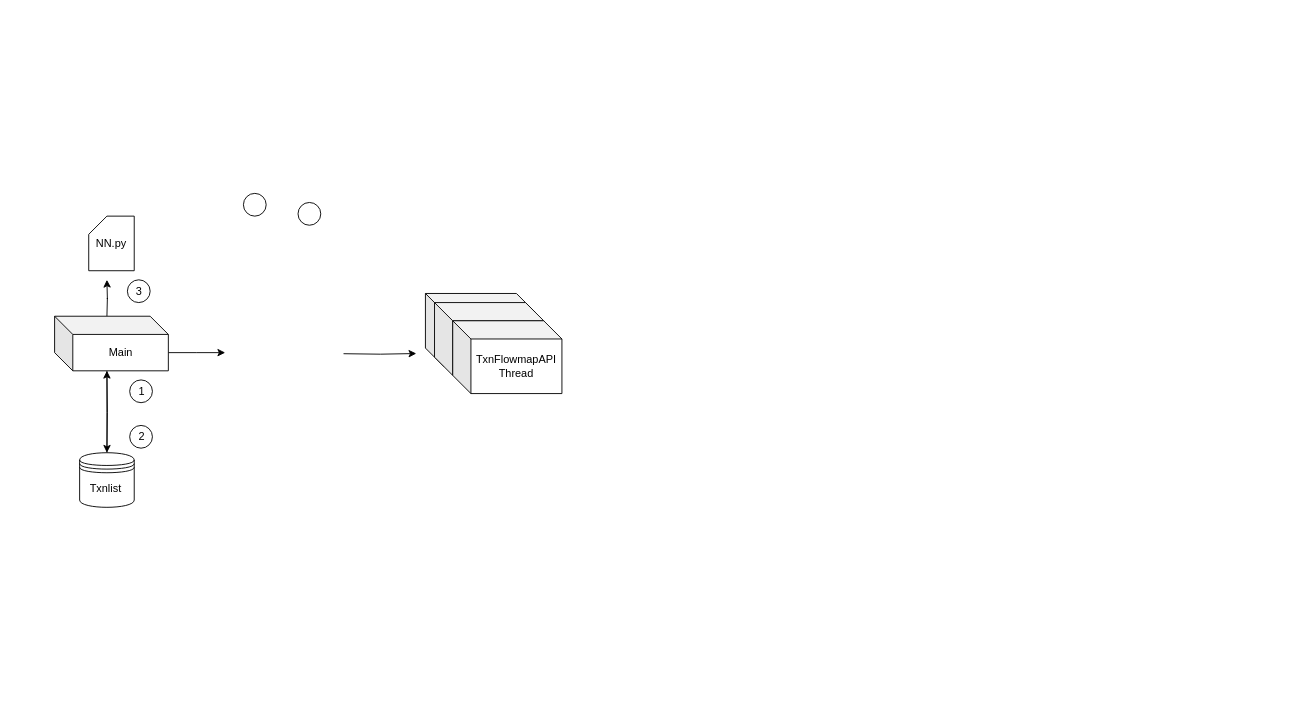
Earlier version of the draw.io diagram DataCollector.drawio (shashwat1995/UserBehaviour). Source tidied: cells renumbered, new cells numbered last; positions are measured from the earlier drawing's top-left corner, leaving out a move shared by most shapes. Both pictures are drawn from the tidied source at 91%, with x=0, y=0 at pixel (54, 193). Pictures stored in the file or linked from it are replaced by grey dashed boxes.
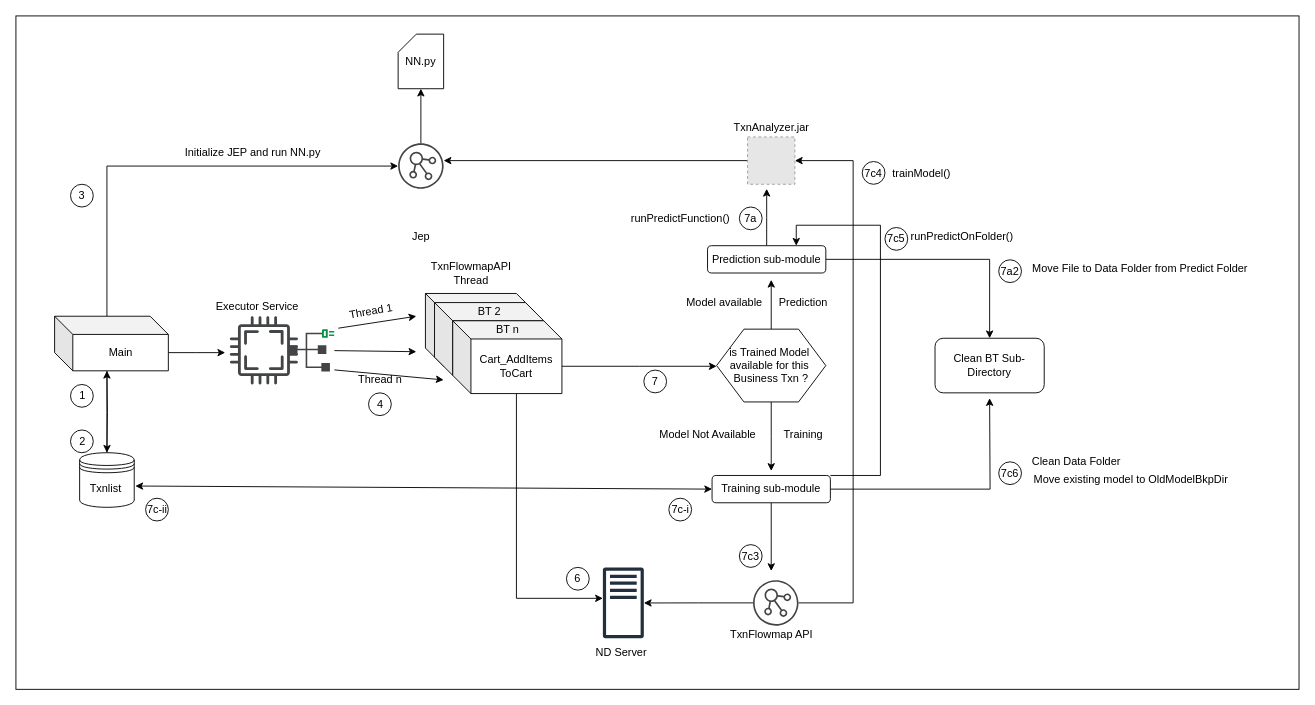
Above is the later version.

The change refers to these unchanged cells:
```xml
<mxCell id="6" value="Txnlist&amp;nbsp;" style="text;html=1;align=center;verticalAlign=middle;points=[];" parent="1" vertex="1">
  <mxGeometry x="33" y="315" width="50" height="20" as="geometry" />
</mxCell>
```

Diff of the diagram source:
```diff
@@
+    <mxCell id="21" style="rounded=0;whiteSpace=wrap;html=1;" parent="1" vertex="1">
+      <mxGeometry x="-42" y="-195" width="1410" height="740" as="geometry" />
+    </mxCell>
@@
-    <mxCell id="3" style="edgeStyle=orthogonalEdgeStyle;rounded=0;orthogonalLoop=1;jettySize=auto;html=1;exitX=0.5;exitY=0;exitDx=0;exitDy=0;" parent="1" edge="1">
+    <mxCell id="3" style="edgeStyle=orthogonalEdgeStyle;rounded=0;jettySize=auto;html=1;exitX=0.5;exitY=0;exitDx=0;exitDy=0;" parent="1" edge="1" target="25">
       <mxGeometry relative="1" as="geometry">
         <mxPoint x="58" y="135" as="sourcePoint" />
-        <mxPoint x="58" y="95" as="targetPoint" />
+        <Array as="points">
+          <mxPoint x="58" y="-30" />
+        </Array>
       </mxGeometry>
     </mxCell>
@@
     <mxCell id="7" style="ellipse;whiteSpace=wrap;html=1;" parent="1" vertex="1">
-      <mxGeometry x="83" y="255" width="25" height="25" as="geometry" />
+      <mxGeometry x="18" y="260" width="25" height="25" as="geometry" />
     </mxCell>
     <mxCell id="8" style="ellipse;whiteSpace=wrap;html=1;" parent="1" vertex="1">
-      <mxGeometry x="83" y="205" width="25" height="25" as="geometry" />
+      <mxGeometry x="18" y="210" width="25" height="25" as="geometry" />
     </mxCell>
     <mxCell id="9" value="1" style="text;html=1;align=center;verticalAlign=middle;" parent="1" vertex="1">
-      <mxGeometry x="85.5" y="207.5" width="20" height="20" as="geometry" />
+      <mxGeometry x="20.5" y="212.5" width="20" height="20" as="geometry" />
     </mxCell>
     <mxCell id="10" value="2" style="text;html=1;align=center;verticalAlign=middle;" parent="1" vertex="1">
-      <mxGeometry x="85.5" y="257.5" width="20" height="20" as="geometry" />
+      <mxGeometry x="20.5" y="262.5" width="20" height="20" as="geometry" />
     </mxCell>
     <mxCell id="11" value="NN.py" style="shape=card;whiteSpace=wrap;html=1;size=20;" parent="1" vertex="1">
-      <mxGeometry x="38" y="25" width="50" height="60" as="geometry" />
+      <mxGeometry x="378" y="-175" width="50" height="60" as="geometry" />
     </mxCell>
-    <mxCell id="12" style="edgeStyle=orthogonalEdgeStyle;rounded=0;orthogonalLoop=1;jettySize=auto;html=1;exitX=0;exitY=0;exitDx=130;exitDy=38.75;exitPerimeter=0;" parent="1" edge="1">
-      <mxGeometry relative="1" as="geometry">
-        <mxPoint x="318" y="176.2" as="sourcePoint" />
-        <mxPoint x="398" y="176" as="targetPoint" />
-      </mxGeometry>
-    </mxCell>
@@
-    <mxCell id="15" style="ellipse;whiteSpace=wrap;html=1;" parent="1" vertex="1">
-      <mxGeometry x="208" width="25" height="25" as="geometry" />
-    </mxCell>
     <mxCell id="16" value="3" style="ellipse;whiteSpace=wrap;html=1;" parent="1" vertex="1">
-      <mxGeometry x="80.5" y="95" width="25" height="25" as="geometry" />
+      <mxGeometry x="18" y="-10" width="25" height="25" as="geometry" />
     </mxCell>
-    <mxCell id="17" style="ellipse;whiteSpace=wrap;html=1;" parent="1" vertex="1">
-      <mxGeometry x="268" y="10" width="25" height="25" as="geometry" />
+    <mxCell id="17" value="7a" style="ellipse;whiteSpace=wrap;html=1;" parent="1" vertex="1">
+      <mxGeometry x="753" y="15" width="25" height="25" as="geometry" />
     </mxCell>
@@
+    <mxCell id="22" style="edgeStyle=orthogonalEdgeStyle;rounded=0;jettySize=auto;html=1;exitX=0;exitY=0;exitDx=120;exitDy=50;exitPerimeter=0;" parent="1" edge="1" source="20">
+      <mxGeometry relative="1" as="geometry">
+        <mxPoint x="728" y="190" as="targetPoint" />
+      </mxGeometry>
+    </mxCell>
+    <mxCell id="23" style="edgeStyle=orthogonalEdgeStyle;rounded=0;jettySize=auto;html=1;exitX=0;exitY=0;exitDx=70;exitDy=80;exitPerimeter=0;" parent="1" edge="1" source="20" target="68">
+      <mxGeometry relative="1" as="geometry">
+        <Array as="points">
+          <mxPoint x="508" y="445" />
+        </Array>
+      </mxGeometry>
+    </mxCell>
-    <mxCell id="20" value="TxnFlowmapAPI&lt;br&gt;Thread" style="shape=cube;whiteSpace=wrap;html=1;boundedLbl=1;backgroundOutline=1;darkOpacity=0.05;darkOpacity2=0.1;" parent="1" vertex="1">
+    <mxCell id="20" value="Cart_AddItems&lt;br&gt;ToCart" style="shape=cube;whiteSpace=wrap;html=1;boundedLbl=1;backgroundOutline=1;darkOpacity=0.05;darkOpacity2=0.1;" parent="1" vertex="1">
       <mxGeometry x="438" y="140" width="120" height="80" as="geometry" />
     </mxCell>
+    <mxCell id="24" style="shadow=0;dashed=0;html=1;strokeColor=none;fillColor=#434445;labelPosition=center;verticalLabelPosition=bottom;verticalAlign=top;align=center;shape=mxgraph.vvd.cpu;" parent="1" vertex="1">
+      <mxGeometry x="193" y="135" width="75" height="75" as="geometry" />
+    </mxCell>
+    <mxCell id="25" style="shadow=0;dashed=0;html=1;strokeColor=none;fillColor=#434445;labelPosition=center;verticalLabelPosition=bottom;verticalAlign=top;align=center;outlineConnect=0;shape=mxgraph.vvd.nsx_controller;" parent="1" vertex="1">
+      <mxGeometry x="378" y="-55" width="50" height="50" as="geometry" />
+    </mxCell>
+    <mxCell id="26" style="shadow=0;dashed=0;html=1;strokeColor=none;fillColor=#434445;labelPosition=center;verticalLabelPosition=bottom;verticalAlign=top;align=center;outlineConnect=0;shape=mxgraph.vvd.endpoint;" parent="1" vertex="1">
+      <mxGeometry x="258" y="149.2" width="50" height="46.5" as="geometry" />
+    </mxCell>
+    <mxCell id="27" style="endArrow=classic;html=1;" parent="1" edge="1" source="26">
+      <mxGeometry relative="1" as="geometry">
+        <mxPoint x="398" y="174" as="targetPoint" />
+      </mxGeometry>
+    </mxCell>
+    <mxCell id="28" style="endArrow=classic;html=1;" parent="1" edge="1">
+      <mxGeometry relative="1" as="geometry">
+        <mxPoint x="308" y="194" as="sourcePoint" />
+        <mxPoint x="428" y="205" as="targetPoint" />
+      </mxGeometry>
+    </mxCell>
+    <mxCell id="29" style="endArrow=classic;html=1;exitX=-0.139;exitY=1.084;exitDx=0;exitDy=0;exitPerimeter=0;" parent="1" edge="1" source="30">
+      <mxGeometry relative="1" as="geometry">
+        <mxPoint x="398" y="135" as="targetPoint" />
+      </mxGeometry>
+    </mxCell>
+    <mxCell id="30" value="Thread 1" style="text;html=1;align=center;verticalAlign=middle;points=[];rotation=-10;" parent="1" vertex="1">
+      <mxGeometry x="318" y="120" width="60" height="20" as="geometry" />
+    </mxCell>
+    <mxCell id="31" value="Thread n" style="text;html=1;align=center;verticalAlign=middle;rotation=0;" parent="1" vertex="1">
+      <mxGeometry x="328" y="195" width="60" height="20" as="geometry" />
+    </mxCell>
+    <mxCell id="32" value="Executor Service" style="text;html=1;align=center;verticalAlign=middle;" parent="1" vertex="1">
+      <mxGeometry x="168" y="115" width="110" height="20" as="geometry" />
+    </mxCell>
+    <mxCell id="33" value="&lt;span&gt;TxnFlowmapAPI&lt;/span&gt;&lt;br&gt;&lt;span&gt;Thread&lt;/span&gt;" style="text;html=1;align=center;verticalAlign=middle;" parent="1" vertex="1">
+      <mxGeometry x="408" y="73" width="100" height="30" as="geometry" />
+    </mxCell>
+    <mxCell id="34" value="BT 2" style="text;html=1;align=center;verticalAlign=middle;" parent="1" vertex="1">
+      <mxGeometry x="458" y="120" width="40" height="20" as="geometry" />
+    </mxCell>
+    <mxCell id="35" value="BT n" style="text;html=1;align=center;verticalAlign=middle;" parent="1" vertex="1">
+      <mxGeometry x="478" y="140" width="40" height="20" as="geometry" />
+    </mxCell>
+    <mxCell id="36" value="Model available&amp;nbsp;" style="text;html=1;align=center;verticalAlign=middle;" parent="1" vertex="1">
+      <mxGeometry x="688" y="110" width="100" height="20" as="geometry" />
+    </mxCell>
+    <mxCell id="37" value="Prediction" style="text;html=1;align=center;verticalAlign=middle;" parent="1" vertex="1">
+      <mxGeometry x="788" y="110" width="70" height="20" as="geometry" />
+    </mxCell>
+    <mxCell id="38" value="Model Not Available" style="text;html=1;align=center;verticalAlign=middle;" parent="1" vertex="1">
+      <mxGeometry x="658" y="255" width="120" height="20" as="geometry" />
+    </mxCell>
+    <mxCell id="39" value="Training" style="text;html=1;align=center;verticalAlign=middle;" parent="1" vertex="1">
+      <mxGeometry x="793" y="255" width="60" height="20" as="geometry" />
+    </mxCell>
+    <mxCell id="40" value="Jep" style="text;html=1;align=center;verticalAlign=middle;" parent="1" vertex="1">
+      <mxGeometry x="388" y="37.5" width="30" height="20" as="geometry" />
+    </mxCell>
+    <mxCell id="41" style="edgeStyle=orthogonalEdgeStyle;rounded=0;jettySize=auto;html=1;exitX=0;exitY=0.5;exitDx=0;exitDy=0;" parent="1" edge="1" source="42">
+      <mxGeometry relative="1" as="geometry">
+        <mxPoint x="428" y="-36" as="targetPoint" />
+      </mxGeometry>
+    </mxCell>
+    <mxCell id="42" style="fillColor=#E6E6E6;strokeColor=#999999;dashed=1;html=1;verticalAlign=top;verticalLabelPosition=bottom;labelBackgroundColor=#ffffff;" parent="1" vertex="1">
+      <mxGeometry x="762" y="-62" width="52" height="52" as="geometry" />
+    </mxCell>
+    <mxCell id="43" value="TxnAnalyzer.jar" style="text;html=1;align=center;verticalAlign=middle;" parent="1" vertex="1">
+      <mxGeometry x="738" y="-82" width="100" height="20" as="geometry" />
+    </mxCell>
+    <mxCell id="44" style="edgeStyle=orthogonalEdgeStyle;rounded=0;jettySize=auto;html=1;exitX=0.5;exitY=0;exitDx=0;exitDy=0;" parent="1" edge="1" source="46">
+      <mxGeometry relative="1" as="geometry">
+        <mxPoint x="788" y="95" as="targetPoint" />
+      </mxGeometry>
+    </mxCell>
+    <mxCell id="45" style="edgeStyle=orthogonalEdgeStyle;rounded=0;jettySize=auto;html=1;exitX=0.5;exitY=1;exitDx=0;exitDy=0;" parent="1" edge="1" source="46">
+      <mxGeometry relative="1" as="geometry">
+        <mxPoint x="788" y="305" as="targetPoint" />
+      </mxGeometry>
+    </mxCell>
+    <mxCell id="46" value="is Trained Model&amp;nbsp;&lt;br&gt;available for this&amp;nbsp;&lt;br&gt;Business Txn ?" style="shape=hexagon;perimeter=hexagonPerimeter2;whiteSpace=wrap;html=1;" parent="1" vertex="1">
+      <mxGeometry x="728" y="149.2" width="120" height="80" as="geometry" />
+    </mxCell>
+    <mxCell id="47" value="runPredictFunction()" style="text;html=1;align=center;verticalAlign=middle;" parent="1" vertex="1">
+      <mxGeometry x="628" y="17.5" width="120" height="20" as="geometry" />
+    </mxCell>
+    <mxCell id="48" style="edgeStyle=orthogonalEdgeStyle;rounded=0;jettySize=auto;html=1;exitX=1;exitY=0.5;exitDx=0;exitDy=0;entryX=0.5;entryY=0;entryDx=0;entryDy=0;" parent="1" edge="1" source="50" target="51">
+      <mxGeometry relative="1" as="geometry" />
+    </mxCell>
+    <mxCell id="49" style="edgeStyle=orthogonalEdgeStyle;rounded=0;jettySize=auto;html=1;exitX=0.5;exitY=0;exitDx=0;exitDy=0;" parent="1" edge="1" source="50">
+      <mxGeometry relative="1" as="geometry">
+        <mxPoint x="783" y="-5" as="targetPoint" />
+      </mxGeometry>
+    </mxCell>
+    <mxCell id="50" value="Prediction sub-module" style="rounded=1;whiteSpace=wrap;html=1;" parent="1" vertex="1">
+      <mxGeometry x="718" y="57.5" width="130" height="30" as="geometry" />
+    </mxCell>
+    <mxCell id="51" value="Clean BT Sub-Directory" style="rounded=1;whiteSpace=wrap;html=1;" parent="1" vertex="1">
+      <mxGeometry x="968" y="159.2" width="120" height="60" as="geometry" />
+    </mxCell>
+    <mxCell id="52" style="edgeStyle=orthogonalEdgeStyle;rounded=0;jettySize=auto;html=1;exitX=1;exitY=0.5;exitDx=0;exitDy=0;" parent="1" edge="1" source="55">
+      <mxGeometry relative="1" as="geometry">
+        <mxPoint x="1028" y="225" as="targetPoint" />
+      </mxGeometry>
+    </mxCell>
+    <mxCell id="53" style="edgeStyle=orthogonalEdgeStyle;rounded=0;jettySize=auto;html=1;exitX=0.5;exitY=1;exitDx=0;exitDy=0;" parent="1" edge="1" source="55">
+      <mxGeometry relative="1" as="geometry">
+        <mxPoint x="788" y="415" as="targetPoint" />
+      </mxGeometry>
+    </mxCell>
+    <mxCell id="54" style="edgeStyle=orthogonalEdgeStyle;rounded=0;jettySize=auto;html=1;exitX=1;exitY=0;exitDx=0;exitDy=0;entryX=0.75;entryY=0;entryDx=0;entryDy=0;" parent="1" edge="1" source="55" target="50">
+      <mxGeometry relative="1" as="geometry">
+        <Array as="points">
+          <mxPoint x="908" y="310" />
+          <mxPoint x="908" y="35" />
+          <mxPoint x="816" y="35" />
+        </Array>
+      </mxGeometry>
+    </mxCell>
+    <mxCell id="55" value="Training sub-module" style="rounded=1;whiteSpace=wrap;html=1;" parent="1" vertex="1">
+      <mxGeometry x="723" y="310" width="130" height="30" as="geometry" />
+    </mxCell>
+    <mxCell id="56" value="7c6" style="ellipse;whiteSpace=wrap;html=1;" parent="1" vertex="1">
+      <mxGeometry x="1038" y="295" width="25" height="25" as="geometry" />
+    </mxCell>
+    <mxCell id="57" value="Move File to Data Folder from Predict Folder" style="text;html=1;align=center;verticalAlign=middle;" parent="1" vertex="1">
+      <mxGeometry x="1068" y="73" width="250" height="20" as="geometry" />
+    </mxCell>
+    <mxCell id="58" value="7a2" style="ellipse;whiteSpace=wrap;html=1;" parent="1" vertex="1">
+      <mxGeometry x="1038" y="73" width="25" height="25" as="geometry" />
+    </mxCell>
+    <mxCell id="59" value="Clean Data Folder" style="text;html=1;align=center;verticalAlign=middle;" parent="1" vertex="1">
+      <mxGeometry x="1068" y="285" width="110" height="20" as="geometry" />
+    </mxCell>
+    <mxCell id="60" style="endArrow=classic;html=1;entryX=0.5;entryY=1;entryDx=0;entryDy=0;entryPerimeter=0;" parent="1" edge="1" target="11">
+      <mxGeometry relative="1" as="geometry">
+        <mxPoint x="403" y="-55" as="sourcePoint" />
+      </mxGeometry>
+    </mxCell>
+    <mxCell id="61" value="Initialize JEP and run NN.py" style="text;html=1;align=center;verticalAlign=middle;" parent="1" vertex="1">
+      <mxGeometry x="138" y="-55" width="160" height="20" as="geometry" />
+    </mxCell>
+    <mxCell id="62" value="Move existing model to OldModelBkpDir" style="text;html=1;align=center;verticalAlign=middle;" parent="1" vertex="1">
+      <mxGeometry x="1068" y="305" width="230" height="20" as="geometry" />
+    </mxCell>
+    <mxCell id="63" style="endArrow=classic;startArrow=classic;html=1;entryX=0;entryY=0.5;entryDx=0;entryDy=0;exitX=1.124;exitY=0.33;exitDx=0;exitDy=0;exitPerimeter=0;" parent="1" edge="1" source="6" target="55">
+      <mxGeometry relative="1" as="geometry" />
+    </mxCell>
+    <mxCell id="64" value="7c-ii" style="ellipse;whiteSpace=wrap;html=1;" parent="1" vertex="1">
+      <mxGeometry x="100.5" y="335" width="25" height="25" as="geometry" />
+    </mxCell>
+    <mxCell id="65" style="edgeStyle=orthogonalEdgeStyle;rounded=0;jettySize=auto;html=1;" parent="1" edge="1" source="67" target="68">
+      <mxGeometry relative="1" as="geometry" />
+    </mxCell>
+    <mxCell id="66" style="edgeStyle=orthogonalEdgeStyle;rounded=0;jettySize=auto;html=1;entryX=1;entryY=0.5;entryDx=0;entryDy=0;" parent="1" edge="1" source="67" target="42">
+      <mxGeometry relative="1" as="geometry">
+        <Array as="points">
+          <mxPoint x="878" y="450" />
+          <mxPoint x="878" y="-36" />
+        </Array>
+      </mxGeometry>
+    </mxCell>
+    <mxCell id="67" style="shadow=0;dashed=0;html=1;strokeColor=none;fillColor=#434445;labelPosition=center;verticalLabelPosition=bottom;verticalAlign=top;align=center;outlineConnect=0;shape=mxgraph.vvd.nsx_controller;" parent="1" vertex="1">
+      <mxGeometry x="768" y="425" width="50" height="50" as="geometry" />
+    </mxCell>
+    <mxCell id="68" style="outlineConnect=0;fontColor=#232F3E;gradientColor=none;fillColor=#232F3E;strokeColor=none;dashed=0;verticalLabelPosition=bottom;verticalAlign=top;align=center;html=1;fontSize=12;fontStyle=0;shape=mxgraph.aws4.traditional_server;" parent="1" vertex="1">
+      <mxGeometry x="603" y="411" width="45" height="78" as="geometry" />
+    </mxCell>
+    <mxCell id="69" value="ND Server" style="text;html=1;align=center;verticalAlign=middle;" parent="1" vertex="1">
+      <mxGeometry x="588" y="495" width="70" height="20" as="geometry" />
+    </mxCell>
+    <mxCell id="70" value="TxnFlowmap API" style="text;html=1;align=center;verticalAlign=middle;" parent="1" vertex="1">
+      <mxGeometry x="733" y="475" width="110" height="20" as="geometry" />
+    </mxCell>
+    <mxCell id="71" value="7c4" style="ellipse;whiteSpace=wrap;html=1;" parent="1" vertex="1">
+      <mxGeometry x="888" y="-35" width="25" height="25" as="geometry" />
+    </mxCell>
+    <mxCell id="72" value="trainModel()" style="text;html=1;align=center;verticalAlign=middle;" parent="1" vertex="1">
+      <mxGeometry x="913" y="-32.5" width="80" height="20" as="geometry" />
+    </mxCell>
+    <mxCell id="73" value="7c3" style="ellipse;whiteSpace=wrap;html=1;" parent="1" vertex="1">
+      <mxGeometry x="753" y="386" width="25" height="25" as="geometry" />
+    </mxCell>
+    <mxCell id="74" value="7c-i" style="ellipse;whiteSpace=wrap;html=1;" parent="1" vertex="1">
+      <mxGeometry x="675.5" y="335" width="25" height="25" as="geometry" />
+    </mxCell>
+    <mxCell id="75" value="4" style="ellipse;whiteSpace=wrap;html=1;" parent="1" vertex="1">
+      <mxGeometry x="345.5" y="219.2" width="25" height="25" as="geometry" />
+    </mxCell>
+    <mxCell id="76" value="6" style="ellipse;whiteSpace=wrap;html=1;" parent="1" vertex="1">
+      <mxGeometry x="563" y="411" width="25" height="25" as="geometry" />
+    </mxCell>
+    <mxCell id="77" value="7" style="ellipse;whiteSpace=wrap;html=1;" parent="1" vertex="1">
+      <mxGeometry x="648" y="194.2" width="25" height="25" as="geometry" />
+    </mxCell>
+    <mxCell id="78" value="7c5" style="ellipse;whiteSpace=wrap;html=1;" parent="1" vertex="1">
+      <mxGeometry x="913" y="37.5" width="25" height="25" as="geometry" />
+    </mxCell>
+    <mxCell id="79" value="runPredictOnFolder()" style="text;html=1;strokeColor=none;fillColor=none;align=center;verticalAlign=middle;whiteSpace=wrap;rounded=0;" parent="1" vertex="1">
+      <mxGeometry x="978" y="37.5" width="40" height="20" as="geometry" />
+    </mxCell>
```
